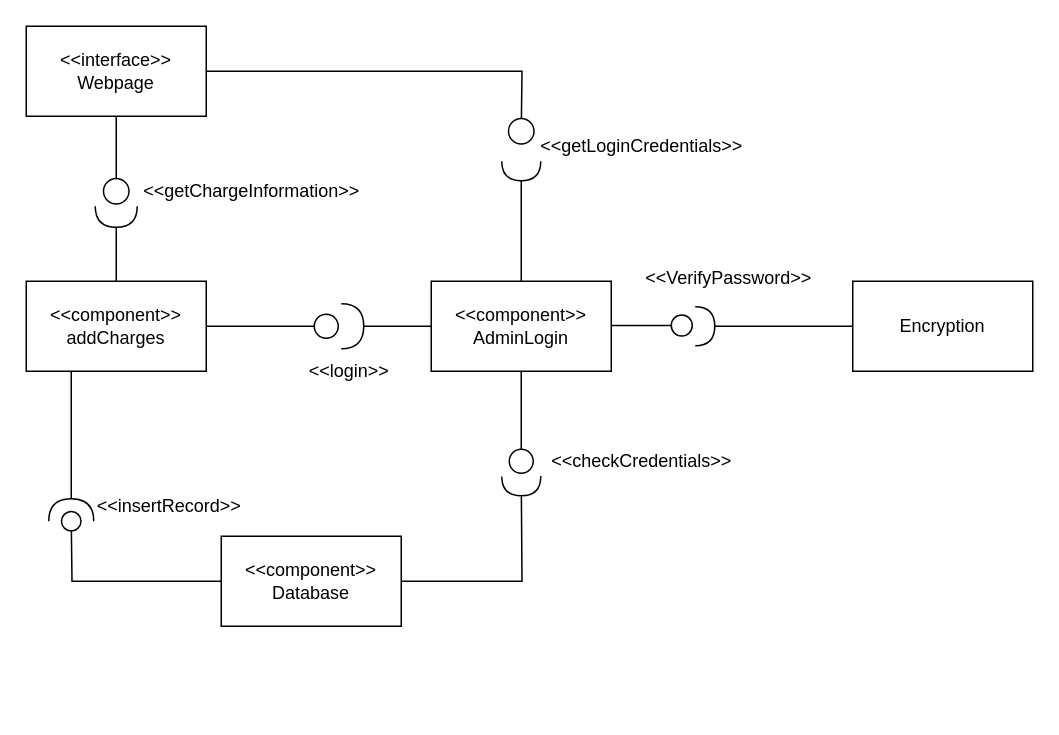
Before: page "AddCharges" (2 of 8) of DesignDocument1.drawio in ImBrent/ClassWork, a draw.io diagram. Source tidied: cells renumbered, new cells numbered last; positions are measured from the earlier drawing's top-left corner, leaving out a move shared by most shapes. Both pictures are drawn from the tidied source at 150%, with x=0, y=0 at pixel (26, 26).
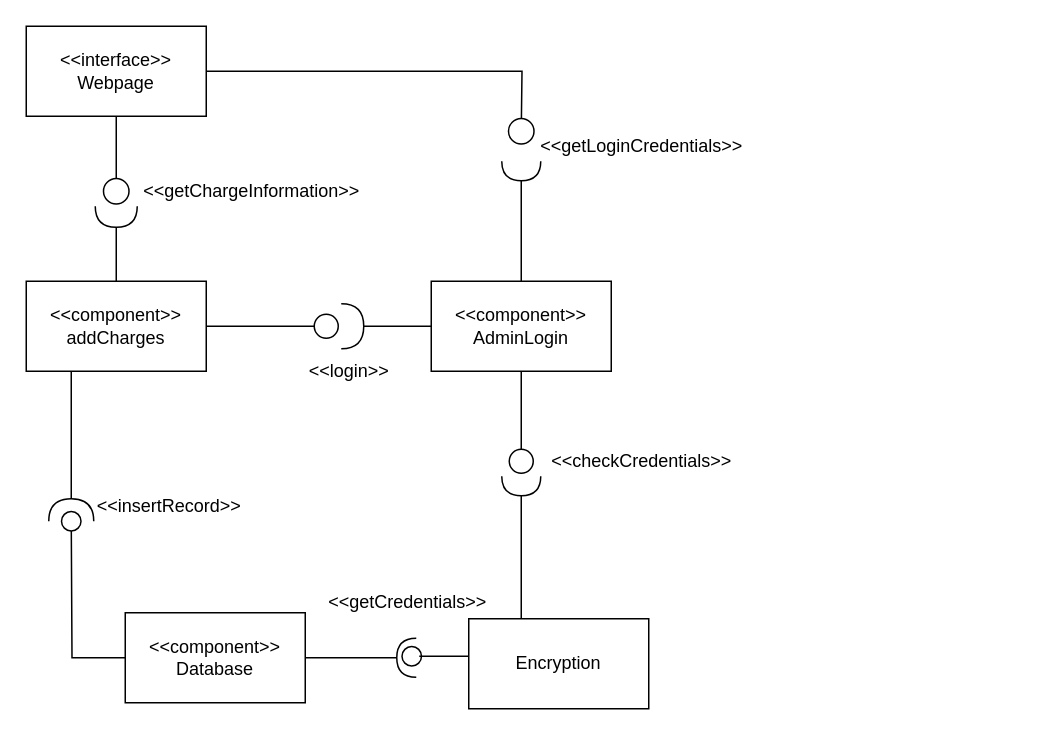
The same page after the edit.

What changed in the source:
```diff
@@
     <mxCell id="16" style="edgeStyle=orthogonalEdgeStyle;rounded=0;jettySize=auto;html=1;exitX=1;exitY=0.5;exitDx=0;exitDy=0;startArrow=none;startFill=0;startSize=19;endArrow=halfCircle;endFill=0;endSize=11;" parent="1" edge="1" source="18">
       <mxGeometry relative="1" as="geometry">
-        <mxPoint x="330" y="300" as="targetPoint" />
+        <mxPoint x="260" y="421" as="targetPoint" />
       </mxGeometry>
     </mxCell>
@@
     <mxCell id="18" value="&lt;div&gt;&amp;lt;&amp;lt;component&amp;gt;&amp;gt;&lt;/div&gt;&lt;div&gt;Database&lt;br&gt;&lt;/div&gt;" style="rounded=0;whiteSpace=wrap;html=1;" parent="1" vertex="1">
-      <mxGeometry x="130" y="340" width="120" height="60" as="geometry" />
+      <mxGeometry x="66" y="391" width="120" height="60" as="geometry" />
     </mxCell>
@@
-    <mxCell id="22" style="endArrow=oval;html=1;endFill=0;endSize=14;" parent="1" edge="1">
-      <mxGeometry relative="1" as="geometry">
-        <mxPoint x="390" y="199.5" as="sourcePoint" />
-        <mxPoint x="437" y="199.5" as="targetPoint" />
-      </mxGeometry>
-    </mxCell>
-    <mxCell id="23" style="edgeStyle=orthogonalEdgeStyle;rounded=0;jettySize=auto;html=1;exitX=0;exitY=0.5;exitDx=0;exitDy=0;endArrow=halfCircle;endFill=0;endSize=11;" parent="1" edge="1" source="24">
+    <mxCell id="23" style="edgeStyle=orthogonalEdgeStyle;rounded=0;jettySize=auto;html=1;exitX=0.25;exitY=0;exitDx=0;exitDy=0;endArrow=halfCircle;endFill=0;endSize=11;" parent="1" edge="1" source="24">
       <mxGeometry relative="1" as="geometry">
-        <mxPoint x="446" y="200" as="targetPoint" />
+        <mxPoint x="330" y="300" as="targetPoint" />
+        <Array as="points">
+          <mxPoint x="330" y="395" />
+        </Array>
       </mxGeometry>
     </mxCell>
+    <mxCell id="26" style="edgeStyle=orthogonalEdgeStyle;rounded=0;jettySize=auto;html=1;exitX=0;exitY=0.5;exitDx=0;exitDy=0;endArrow=oval;endFill=0;endSize=13;strokeWidth=1;" parent="1" edge="1" source="24">
+      <mxGeometry relative="1" as="geometry">
+        <mxPoint x="257" y="420" as="targetPoint" />
+        <Array as="points">
+          <mxPoint x="295" y="420" />
+          <mxPoint x="262" y="420" />
+        </Array>
+      </mxGeometry>
+    </mxCell>
     <mxCell id="24" value="Encryption" style="rounded=0;whiteSpace=wrap;html=1;" parent="1" vertex="1">
-      <mxGeometry x="551" y="170" width="120" height="60" as="geometry" />
+      <mxGeometry x="295" y="395" width="120" height="60" as="geometry" />
     </mxCell>
-    <mxCell id="25" value="&amp;lt;&amp;lt;VerifyPassword&amp;gt;&amp;gt;" style="text;html=1;align=center;verticalAlign=middle;" parent="1" vertex="1">
-      <mxGeometry x="405" y="159" width="126" height="18" as="geometry" />
-    </mxCell>
+    <mxCell id="27" value="&amp;lt;&amp;lt;getCredentials&amp;gt;&amp;gt;" style="text;html=1;align=center;verticalAlign=middle;" parent="1" vertex="1">
+      <mxGeometry x="191" y="375" width="125" height="18" as="geometry" />
+    </mxCell>
```
